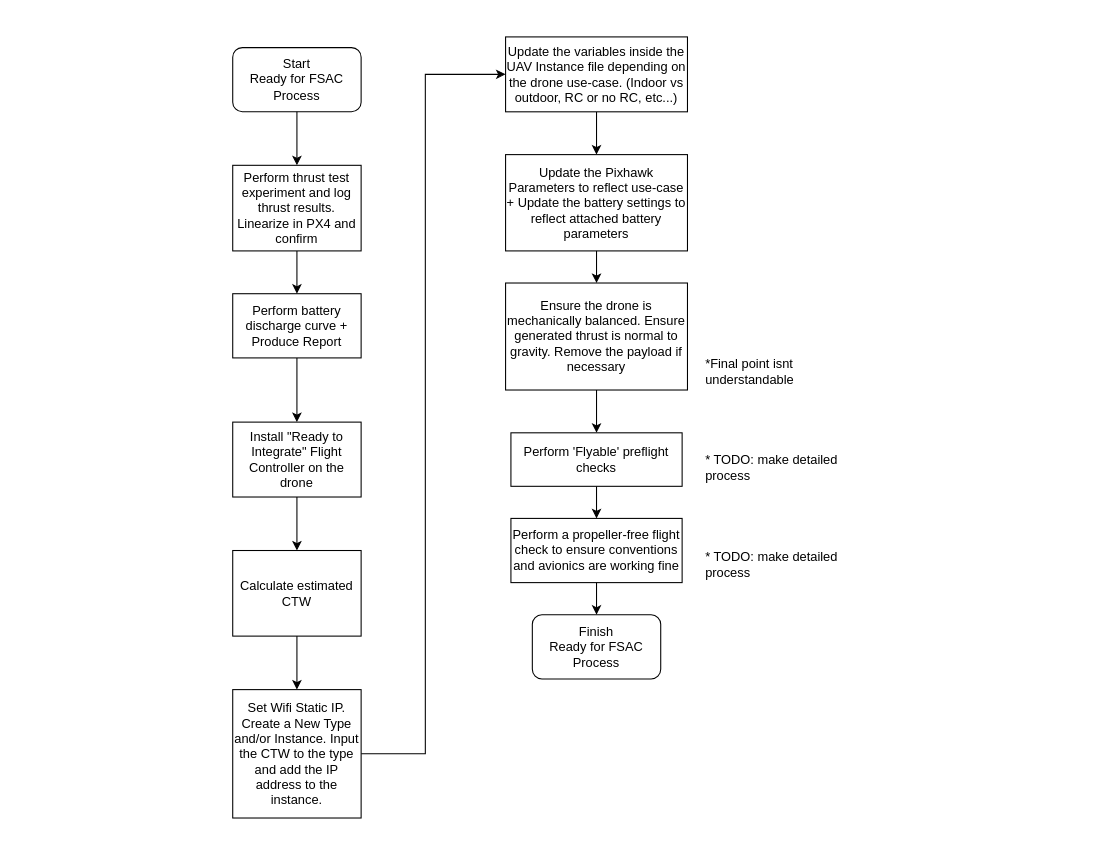
Before: Guide/Hardware and Process/Commissioning/2 Ready for FSAC/Ready for FSAC.drawio in DroneLeaf/HEAR_wiki, a draw.io diagram. Source tidied: cells renumbered, new cells numbered last; positions are measured from the earlier drawing's top-left corner, leaving out a move shared by most shapes. Both pictures are drawn from the tidied source at 107%, with x=0, y=0 at pixel (232, 36).
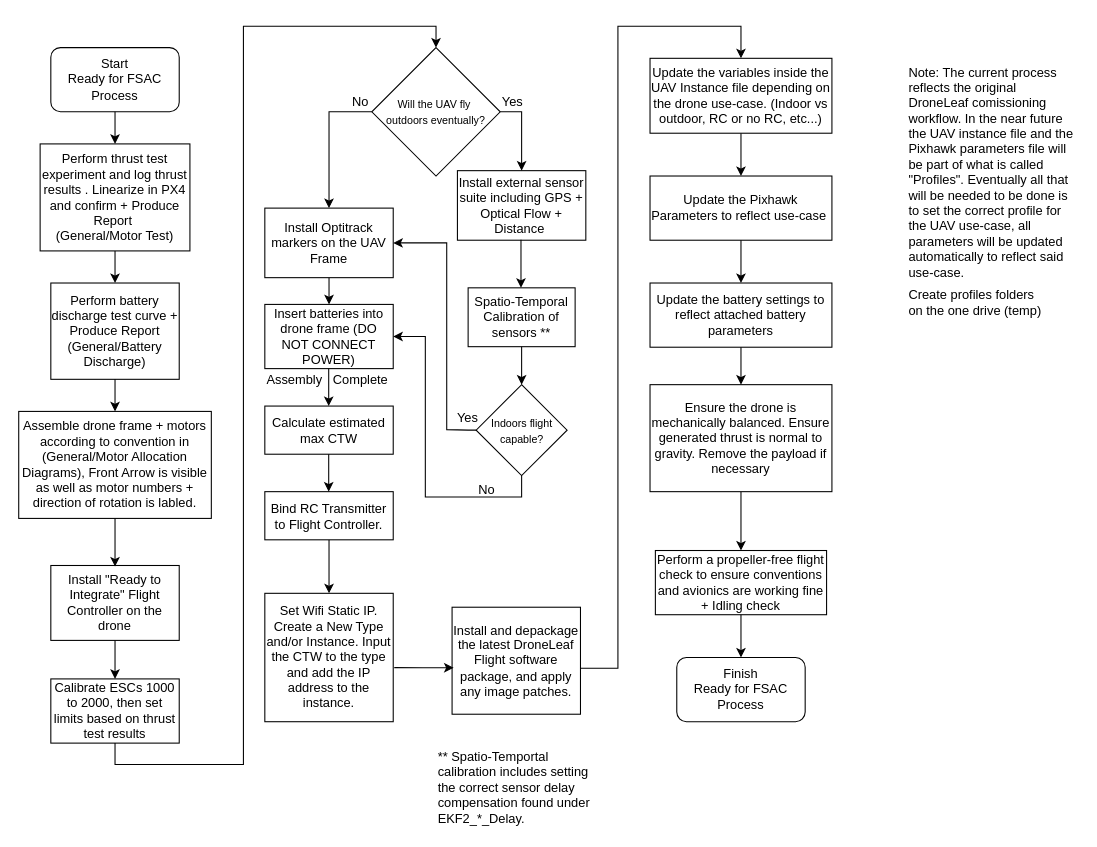
The same page after the edit.

Commit message (it also covers changes not shown here):
Updated Commissioning process

The edit, as a diff of the source:
```diff
@@
     <mxCell id="2" value="Start&lt;br&gt;Ready for FSAC Process" style="rounded=1;whiteSpace=wrap;html=1;" parent="1" vertex="1">
-      <mxGeometry y="10" width="120" height="60" as="geometry" />
+      <mxGeometry x="-170" y="10" width="120" height="60" as="geometry" />
     </mxCell>
@@
-    <mxCell id="4" value="Perform thrust test experiment and log thrust results. Linearize in PX4 and confirm" style="rounded=0;whiteSpace=wrap;html=1;" parent="1" vertex="1">
-      <mxGeometry y="120" width="120" height="80" as="geometry" />
+    <mxCell id="4" value="Perform thrust test experiment and log thrust results . Linearize in PX4 and confirm + Produce Report&amp;nbsp;&lt;div&gt;(General/Motor Test)&lt;/div&gt;" style="rounded=0;whiteSpace=wrap;html=1;" parent="1" vertex="1">
+      <mxGeometry x="-180" y="100" width="140" height="100" as="geometry" />
     </mxCell>
-    <mxCell id="5" value="Perform battery discharge curve + Produce Report" style="rounded=0;whiteSpace=wrap;html=1;" parent="1" vertex="1">
-      <mxGeometry y="240" width="120" height="60" as="geometry" />
+    <mxCell id="5" value="Perform battery discharge test curve + Produce Report (General/Battery Discharge)" style="rounded=0;whiteSpace=wrap;html=1;" parent="1" vertex="1">
+      <mxGeometry x="-170" y="230" width="120" height="90" as="geometry" />
     </mxCell>
@@
-    <mxCell id="7" style="edgeStyle=orthogonalEdgeStyle;rounded=0;jettySize=auto;html=1;exitX=0.5;exitY=1;exitDx=0;exitDy=0;entryX=0.5;entryY=0;entryDx=0;entryDy=0;" parent="1" edge="1" source="8" target="11">
-      <mxGeometry relative="1" as="geometry" />
-    </mxCell>
     <mxCell id="8" value="Install &quot;Ready to Integrate&quot; Flight Controller on the drone" style="rounded=0;whiteSpace=wrap;html=1;" parent="1" vertex="1">
-      <mxGeometry y="360" width="120" height="70" as="geometry" />
+      <mxGeometry x="-170" y="494" width="120" height="70" as="geometry" />
     </mxCell>
-    <mxCell id="9" style="endArrow=classic;html=1;rounded=0;exitX=0.5;exitY=1;exitDx=0;exitDy=0;" parent="1" edge="1" source="5" target="8">
-      <mxGeometry relative="1" as="geometry" />
+    <mxCell id="9" style="endArrow=classic;html=1;rounded=0;exitX=0.5;exitY=1;exitDx=0;exitDy=0;" parent="1" edge="1" source="5">
+      <mxGeometry relative="1" as="geometry">
+        <mxPoint x="-110" y="350" as="targetPoint" />
+      </mxGeometry>
     </mxCell>
-    <mxCell id="10" style="edgeStyle=orthogonalEdgeStyle;rounded=0;jettySize=auto;html=1;" parent="1" edge="1" source="11" target="13">
+    <mxCell id="10" style="edgeStyle=orthogonalEdgeStyle;rounded=0;jettySize=auto;html=1;exitX=0.5;exitY=1;exitDx=0;exitDy=0;" parent="1" edge="1" source="11" target="13">
       <mxGeometry relative="1" as="geometry" />
     </mxCell>
-    <mxCell id="11" value="Calculate estimated CTW" style="rounded=0;whiteSpace=wrap;html=1;" parent="1" vertex="1">
-      <mxGeometry y="480" width="120" height="80" as="geometry" />
+    <mxCell id="11" value="Bind RC Transmitter to Flight Controller." style="rounded=0;whiteSpace=wrap;html=1;" parent="1" vertex="1">
+      <mxGeometry x="30" y="425" width="120" height="45" as="geometry" />
     </mxCell>
-    <mxCell id="12" style="edgeStyle=orthogonalEdgeStyle;rounded=0;jettySize=auto;html=1;entryX=0;entryY=0.5;entryDx=0;entryDy=0;" parent="1" edge="1" source="13" target="15">
-      <mxGeometry relative="1" as="geometry">
-        <Array as="points">
-          <mxPoint x="180" y="670" />
-          <mxPoint x="180" y="35" />
-        </Array>
-      </mxGeometry>
-    </mxCell>
     <mxCell id="13" value="Set Wifi Static IP. Create a New Type and/or Instance. Input the CTW to the type and add the IP address to the instance." style="rounded=0;whiteSpace=wrap;html=1;" parent="1" vertex="1">
-      <mxGeometry y="610" width="120" height="120" as="geometry" />
+      <mxGeometry x="30" y="520" width="120" height="120" as="geometry" />
     </mxCell>
@@
     <mxCell id="15" value="Update the variables inside the UAV Instance file depending on the drone use-case. (Indoor vs outdoor, RC or no RC, etc...)" style="rounded=0;whiteSpace=wrap;html=1;" parent="1" vertex="1">
-      <mxGeometry x="255" width="170" height="70" as="geometry" />
+      <mxGeometry x="390" y="20" width="170" height="70" as="geometry" />
     </mxCell>
-    <mxCell id="16" value="* TODO: make detailed process" style="text;html=1;align=left;verticalAlign=bottom;whiteSpace=wrap;rounded=0;" parent="1" vertex="1">
-      <mxGeometry x="440" y="390" width="130" height="30" as="geometry" />
-    </mxCell>
-    <mxCell id="17" style="edgeStyle=orthogonalEdgeStyle;rounded=0;jettySize=auto;html=1;exitX=0.5;exitY=1;exitDx=0;exitDy=0;entryX=0.5;entryY=0;entryDx=0;entryDy=0;" parent="1" edge="1" source="18" target="21">
+    <mxCell id="17" style="edgeStyle=orthogonalEdgeStyle;rounded=0;jettySize=auto;html=1;exitX=0.5;exitY=1;exitDx=0;exitDy=0;entryX=0.5;entryY=0;entryDx=0;entryDy=0;" parent="1" edge="1" source="18" target="23">
       <mxGeometry relative="1" as="geometry" />
     </mxCell>
     <mxCell id="18" value="Ensure the drone is mechanically balanced. Ensure generated thrust is normal to gravity. Remove the payload if necessary" style="rounded=0;whiteSpace=wrap;html=1;" parent="1" vertex="1">
-      <mxGeometry x="255" y="230" width="170" height="100" as="geometry" />
+      <mxGeometry x="390" y="325" width="170" height="100" as="geometry" />
     </mxCell>
     <mxCell id="19" value="Finish&lt;br&gt;Ready for FSAC Process" style="rounded=1;whiteSpace=wrap;html=1;" parent="1" vertex="1">
-      <mxGeometry x="280" y="540" width="120" height="60" as="geometry" />
+      <mxGeometry x="415" y="580" width="120" height="60" as="geometry" />
     </mxCell>
-    <mxCell id="20" style="edgeStyle=orthogonalEdgeStyle;rounded=0;jettySize=auto;html=1;exitX=0.5;exitY=1;exitDx=0;exitDy=0;" parent="1" edge="1" source="21" target="23">
-      <mxGeometry relative="1" as="geometry" />
-    </mxCell>
-    <mxCell id="21" value="Perform 'Flyable' preflight checks" style="rounded=0;whiteSpace=wrap;html=1;" parent="1" vertex="1">
-      <mxGeometry x="260" y="370" width="160" height="50" as="geometry" />
-    </mxCell>
-    <mxCell id="22" value="* TODO: make detailed process" style="text;html=1;align=left;verticalAlign=bottom;whiteSpace=wrap;rounded=0;" parent="1" vertex="1">
-      <mxGeometry x="440" y="480" width="130" height="30" as="geometry" />
-    </mxCell>
-    <mxCell id="23" value="Perform a propeller-free flight check to ensure conventions and avionics are working fine" style="rounded=0;whiteSpace=wrap;html=1;" parent="1" vertex="1">
-      <mxGeometry x="260" y="450" width="160" height="60" as="geometry" />
+    <mxCell id="23" value="Perform a propeller-free flight check to ensure conventions and avionics are working fine + Idling check" style="rounded=0;whiteSpace=wrap;html=1;" parent="1" vertex="1">
+      <mxGeometry x="395" y="480" width="160" height="60" as="geometry" />
     </mxCell>
@@
-    <mxCell id="25" value="Update the Pixhawk Parameters to reflect use-case + Update the battery settings to reflect attached battery parameters" style="rounded=0;whiteSpace=wrap;html=1;" parent="1" vertex="1">
-      <mxGeometry x="255" y="110" width="170" height="90" as="geometry" />
+    <mxCell id="25" value="Update the Pixhawk Parameters to reflect use-case&amp;nbsp;" style="rounded=0;whiteSpace=wrap;html=1;" parent="1" vertex="1">
+      <mxGeometry x="390" y="130" width="170" height="60" as="geometry" />
     </mxCell>
-    <mxCell id="26" style="edgeStyle=orthogonalEdgeStyle;rounded=0;jettySize=auto;html=1;entryX=0.5;entryY=0;entryDx=0;entryDy=0;exitX=0.5;exitY=1;exitDx=0;exitDy=0;" parent="1" edge="1" source="25" target="18">
+    <mxCell id="26" style="edgeStyle=orthogonalEdgeStyle;rounded=0;jettySize=auto;html=1;exitX=0.5;exitY=1;exitDx=0;exitDy=0;entryX=0.5;entryY=0;entryDx=0;entryDy=0;" parent="1" edge="1" source="25" target="45">
       <mxGeometry relative="1" as="geometry" />
     </mxCell>
-    <mxCell id="27" value="*Final point isnt understandable" style="text;html=1;align=left;verticalAlign=bottom;whiteSpace=wrap;rounded=0;" parent="1" vertex="1">
-      <mxGeometry x="440" y="300" width="130" height="30" as="geometry" />
-    </mxCell>
+    <mxCell id="28" value="Assemble drone frame + motors according to convention in (General/Motor Allocation Diagrams), Front Arrow is visible as well as motor numbers + direction of rotation is labled." style="rounded=0;whiteSpace=wrap;html=1;" parent="1" vertex="1">
+      <mxGeometry x="-200" y="350" width="180" height="100" as="geometry" />
+    </mxCell>
+    <mxCell id="29" style="endArrow=classic;html=1;rounded=0;exitX=0.5;exitY=1;exitDx=0;exitDy=0;" parent="1" edge="1" source="28">
+      <mxGeometry relative="1" as="geometry">
+        <mxPoint x="-110" y="495" as="targetPoint" />
+      </mxGeometry>
+    </mxCell>
+    <mxCell id="30" value="Install external sensor suite including GPS + Optical Flow + Distance&amp;nbsp;" style="rounded=0;whiteSpace=wrap;html=1;" parent="1" vertex="1">
+      <mxGeometry x="210" y="125" width="120" height="65" as="geometry" />
+    </mxCell>
+    <mxCell id="31" style="edgeStyle=orthogonalEdgeStyle;rounded=0;jettySize=auto;html=1;exitX=0.5;exitY=1;exitDx=0;exitDy=0;entryX=0.5;entryY=0;entryDx=0;entryDy=0;" parent="1" edge="1" source="37" target="33">
+      <mxGeometry relative="1" as="geometry" />
+    </mxCell>
+    <mxCell id="32" value="Calculate estimated max CTW" style="rounded=0;whiteSpace=wrap;html=1;" parent="1" vertex="1">
+      <mxGeometry x="30" y="345" width="120" height="45" as="geometry" />
+    </mxCell>
+    <mxCell id="33" value="Insert batteries into drone frame (DO NOT CONNECT POWER)" style="rounded=0;whiteSpace=wrap;html=1;" parent="1" vertex="1">
+      <mxGeometry x="30" y="250" width="120" height="60" as="geometry" />
+    </mxCell>
+    <mxCell id="34" style="edgeStyle=orthogonalEdgeStyle;rounded=0;orthogonalLoop=1;jettySize=auto;html=1;exitX=0.5;exitY=1;exitDx=0;exitDy=0;" parent="1" edge="1">
+      <mxGeometry relative="1" as="geometry">
+        <mxPoint x="89.7" y="310" as="sourcePoint" />
+        <mxPoint x="89.7" y="345" as="targetPoint" />
+        <Array as="points">
+          <mxPoint x="89.7" y="335" />
+        </Array>
+      </mxGeometry>
+    </mxCell>
+    <mxCell id="35" style="edgeStyle=orthogonalEdgeStyle;rounded=0;orthogonalLoop=1;jettySize=auto;html=1;exitX=0.5;exitY=1;exitDx=0;exitDy=0;" parent="1" edge="1">
+      <mxGeometry relative="1" as="geometry">
+        <mxPoint x="89.7" y="390" as="sourcePoint" />
+        <mxPoint x="89.7" y="425" as="targetPoint" />
+        <Array as="points">
+          <mxPoint x="89.7" y="415" />
+        </Array>
+      </mxGeometry>
+    </mxCell>
+    <mxCell id="36" value="Assembly&amp;nbsp; &amp;nbsp;Complete" style="text;html=1;align=left;verticalAlign=bottom;whiteSpace=wrap;rounded=0;" parent="1" vertex="1">
+      <mxGeometry x="30" y="300" width="140" height="30" as="geometry" />
+    </mxCell>
+    <mxCell id="37" value="Install Optitrack markers on the UAV Frame" style="rounded=0;whiteSpace=wrap;html=1;" parent="1" vertex="1">
+      <mxGeometry x="30" y="160" width="120" height="65" as="geometry" />
+    </mxCell>
+    <mxCell id="38" style="edgeStyle=orthogonalEdgeStyle;rounded=0;jettySize=auto;html=1;exitX=0;exitY=0.5;exitDx=0;exitDy=0;entryX=0.5;entryY=0;entryDx=0;entryDy=0;" parent="1" edge="1" source="41" target="37">
+      <mxGeometry relative="1" as="geometry">
+        <Array as="points">
+          <mxPoint x="90" y="70" />
+        </Array>
+      </mxGeometry>
+    </mxCell>
+    <mxCell id="39" value="Create profiles folders on the one drive (temp)" style="text;html=1;align=left;verticalAlign=bottom;whiteSpace=wrap;rounded=0;" parent="1" vertex="1">
+      <mxGeometry x="630" y="234.5" width="130" height="30" as="geometry" />
+    </mxCell>
+    <mxCell id="40" value="Note: The current process reflects the original DroneLeaf comissioning workflow. In the near future the UAV instance file and the Pixhawk parameters file will be part of what is called &quot;Profiles&quot;. Eventually all that will be needed to be done is to set the correct profile for the UAV use-case, all parameters will be updated automatically to reflect said use-case.&amp;nbsp;" style="text;html=1;align=left;verticalAlign=bottom;whiteSpace=wrap;rounded=0;" parent="1" vertex="1">
+      <mxGeometry x="630" y="20" width="160" height="210" as="geometry" />
+    </mxCell>
+    <mxCell id="41" value="&lt;font style=&quot;font-size: 10px;&quot;&gt;Will the UAV fly&amp;nbsp;&lt;/font&gt;&lt;div&gt;&lt;font style=&quot;font-size: 10px;&quot;&gt;outdoors eventually?&lt;/font&gt;&lt;/div&gt;" style="rhombus;whiteSpace=wrap;html=1;" parent="1" vertex="1">
+      <mxGeometry x="130" y="10" width="120" height="120" as="geometry" />
+    </mxCell>
+    <mxCell id="42" style="edgeStyle=orthogonalEdgeStyle;rounded=0;jettySize=auto;html=1;exitX=1;exitY=0.5;exitDx=0;exitDy=0;entryX=0.5;entryY=0;entryDx=0;entryDy=0;" parent="1" edge="1" source="41" target="30">
+      <mxGeometry relative="1" as="geometry">
+        <Array as="points">
+          <mxPoint x="270" y="70" />
+        </Array>
+      </mxGeometry>
+    </mxCell>
+    <mxCell id="43" value="Yes" style="text;html=1;align=left;verticalAlign=bottom;whiteSpace=wrap;rounded=0;" parent="1" vertex="1">
+      <mxGeometry x="250" y="40" width="20" height="30" as="geometry" />
+    </mxCell>
+    <mxCell id="44" value="No" style="text;html=1;align=left;verticalAlign=bottom;whiteSpace=wrap;rounded=0;" parent="1" vertex="1">
+      <mxGeometry x="110" y="40" width="20" height="30" as="geometry" />
+    </mxCell>
+    <mxCell id="45" value="Update the battery settings to reflect attached battery parameters" style="rounded=0;whiteSpace=wrap;html=1;" parent="1" vertex="1">
+      <mxGeometry x="390" y="230" width="170" height="60" as="geometry" />
+    </mxCell>
+    <mxCell id="46" style="edgeStyle=orthogonalEdgeStyle;rounded=0;jettySize=auto;html=1;exitX=0.5;exitY=1;exitDx=0;exitDy=0;entryX=0.5;entryY=0;entryDx=0;entryDy=0;" parent="1" edge="1" source="45" target="18">
+      <mxGeometry relative="1" as="geometry" />
+    </mxCell>
+    <mxCell id="47" style="edgeStyle=orthogonalEdgeStyle;rounded=0;jettySize=auto;html=1;entryX=0.5;entryY=0;entryDx=0;entryDy=0;exitX=0.994;exitY=0.6;exitDx=0;exitDy=0;exitPerimeter=0;" parent="1" edge="1" source="60" target="15">
+      <mxGeometry relative="1" as="geometry">
+        <Array as="points">
+          <mxPoint x="360" y="590" />
+          <mxPoint x="360" y="-10" />
+          <mxPoint x="475" y="-10" />
+        </Array>
+      </mxGeometry>
+    </mxCell>
+    <mxCell id="48" value="&lt;span style=&quot;font-size: 10px;&quot;&gt;Indoors flight&lt;/span&gt;&lt;div&gt;&lt;span style=&quot;font-size: 10px;&quot;&gt;capable?&lt;/span&gt;&lt;/div&gt;" style="rhombus;whiteSpace=wrap;html=1;" parent="1" vertex="1">
+      <mxGeometry x="227.5" y="325" width="85" height="85" as="geometry" />
+    </mxCell>
+    <mxCell id="49" value="Yes" style="text;html=1;align=left;verticalAlign=bottom;whiteSpace=wrap;rounded=0;" parent="1" vertex="1">
+      <mxGeometry x="207.5" y="335" width="20" height="30" as="geometry" />
+    </mxCell>
+    <mxCell id="50" value="No" style="text;html=1;align=left;verticalAlign=bottom;whiteSpace=wrap;rounded=0;" parent="1" vertex="1">
+      <mxGeometry x="227.5" y="403" width="20" height="30" as="geometry" />
+    </mxCell>
+    <mxCell id="51" value="Spatio-Temporal Calibration of sensors **" style="rounded=0;whiteSpace=wrap;html=1;" parent="1" vertex="1">
+      <mxGeometry x="220" y="234.5" width="100" height="55" as="geometry" />
+    </mxCell>
+    <mxCell id="52" style="edgeStyle=orthogonalEdgeStyle;rounded=0;orthogonalLoop=1;jettySize=auto;html=1;exitX=0.5;exitY=1;exitDx=0;exitDy=0;" parent="1" edge="1">
+      <mxGeometry relative="1" as="geometry">
+        <mxPoint x="269.4" y="189.5" as="sourcePoint" />
+        <mxPoint x="269.4" y="234.5" as="targetPoint" />
+      </mxGeometry>
+    </mxCell>
+    <mxCell id="53" style="edgeStyle=orthogonalEdgeStyle;rounded=0;jettySize=auto;html=1;exitX=0.5;exitY=1;exitDx=0;exitDy=0;entryX=0.5;entryY=0;entryDx=0;entryDy=0;" parent="1" edge="1" source="51" target="48">
+      <mxGeometry relative="1" as="geometry" />
+    </mxCell>
+    <mxCell id="54" style="edgeStyle=orthogonalEdgeStyle;rounded=0;jettySize=auto;html=1;exitX=0.5;exitY=1;exitDx=0;exitDy=0;entryX=1;entryY=0.5;entryDx=0;entryDy=0;" parent="1" edge="1" source="48" target="33">
+      <mxGeometry relative="1" as="geometry">
+        <Array as="points">
+          <mxPoint x="270" y="430" />
+          <mxPoint x="180" y="430" />
+          <mxPoint x="180" y="280" />
+        </Array>
+      </mxGeometry>
+    </mxCell>
+    <mxCell id="55" style="edgeStyle=orthogonalEdgeStyle;rounded=0;jettySize=auto;html=1;exitX=0;exitY=0.5;exitDx=0;exitDy=0;entryX=1;entryY=0.5;entryDx=0;entryDy=0;" parent="1" edge="1" source="48" target="37">
+      <mxGeometry relative="1" as="geometry">
+        <Array as="points">
+          <mxPoint x="220" y="367" />
+          <mxPoint x="200" y="367" />
+          <mxPoint x="200" y="193" />
+        </Array>
+      </mxGeometry>
+    </mxCell>
+    <mxCell id="56" value="** Spatio-Temportal calibration includes setting the correct sensor delay compensation found under EKF2_*_Delay.&amp;nbsp; &amp;nbsp;" style="text;html=1;align=left;verticalAlign=bottom;whiteSpace=wrap;rounded=0;" parent="1" vertex="1">
+      <mxGeometry x="190" y="660" width="150" height="80" as="geometry" />
+    </mxCell>
+    <mxCell id="57" value="Calibrate ESCs 1000 to 2000, then set limits based on thrust test results" style="rounded=0;whiteSpace=wrap;html=1;" parent="1" vertex="1">
+      <mxGeometry x="-170" y="600" width="120" height="60" as="geometry" />
+    </mxCell>
+    <mxCell id="58" style="endArrow=classic;html=1;rounded=0;exitX=0.5;exitY=1;exitDx=0;exitDy=0;entryX=0.5;entryY=0;entryDx=0;entryDy=0;" parent="1" edge="1" source="8" target="57">
+      <mxGeometry relative="1" as="geometry" />
+    </mxCell>
+    <mxCell id="59" style="edgeStyle=orthogonalEdgeStyle;rounded=0;jettySize=auto;html=1;exitX=0.5;exitY=1;exitDx=0;exitDy=0;entryX=0.5;entryY=0;entryDx=0;entryDy=0;" parent="1" edge="1" source="57" target="41">
+      <mxGeometry relative="1" as="geometry">
+        <Array as="points">
+          <mxPoint x="-110" y="680" />
+          <mxPoint x="10" y="680" />
+          <mxPoint x="10" y="-10" />
+          <mxPoint x="190" y="-10" />
+        </Array>
+      </mxGeometry>
+    </mxCell>
+    <mxCell id="60" value="Install and depackage the latest DroneLeaf Flight software package, and apply any image patches." style="rounded=0;whiteSpace=wrap;html=1;" parent="1" vertex="1">
+      <mxGeometry x="205" y="533" width="120" height="100" as="geometry" />
+    </mxCell>
+    <mxCell id="61" style="edgeStyle=orthogonalEdgeStyle;rounded=0;jettySize=auto;html=1;exitX=1.008;exitY=0.579;exitDx=0;exitDy=0;exitPerimeter=0;entryX=0.012;entryY=0.566;entryDx=0;entryDy=0;entryPerimeter=0;" parent="1" edge="1" source="13" target="60">
+      <mxGeometry relative="1" as="geometry" />
+    </mxCell>
```
